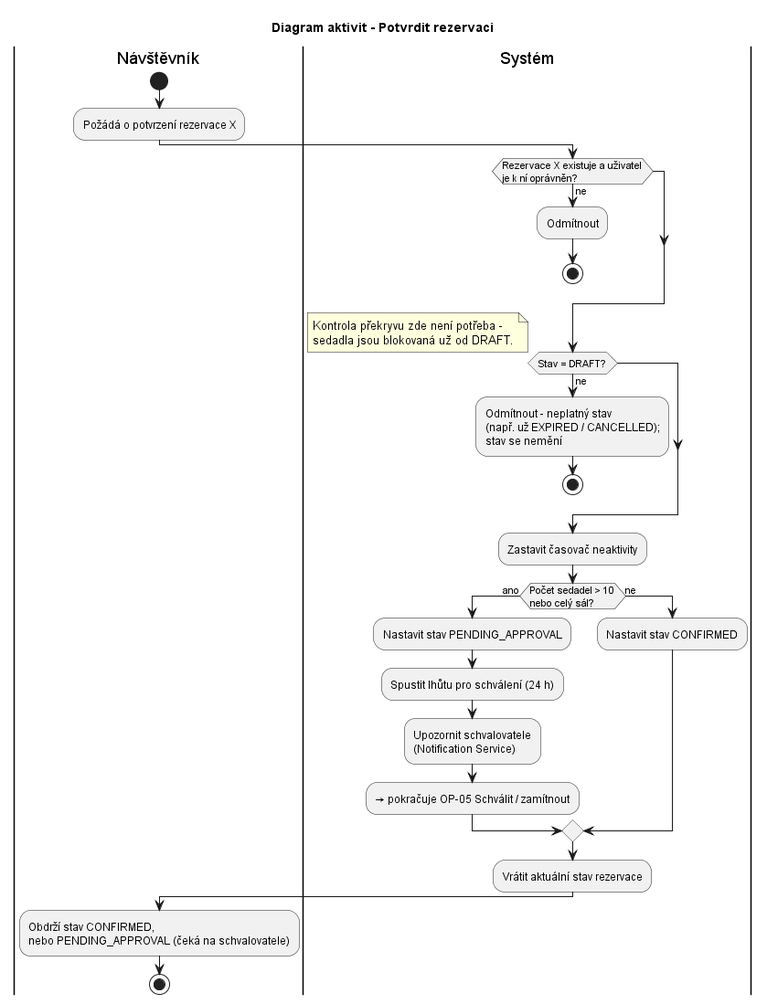
The PlantUML diagram docs/c02-diagrams/activity-op03-confirm.png in jn-flk/SWI, before a commit.
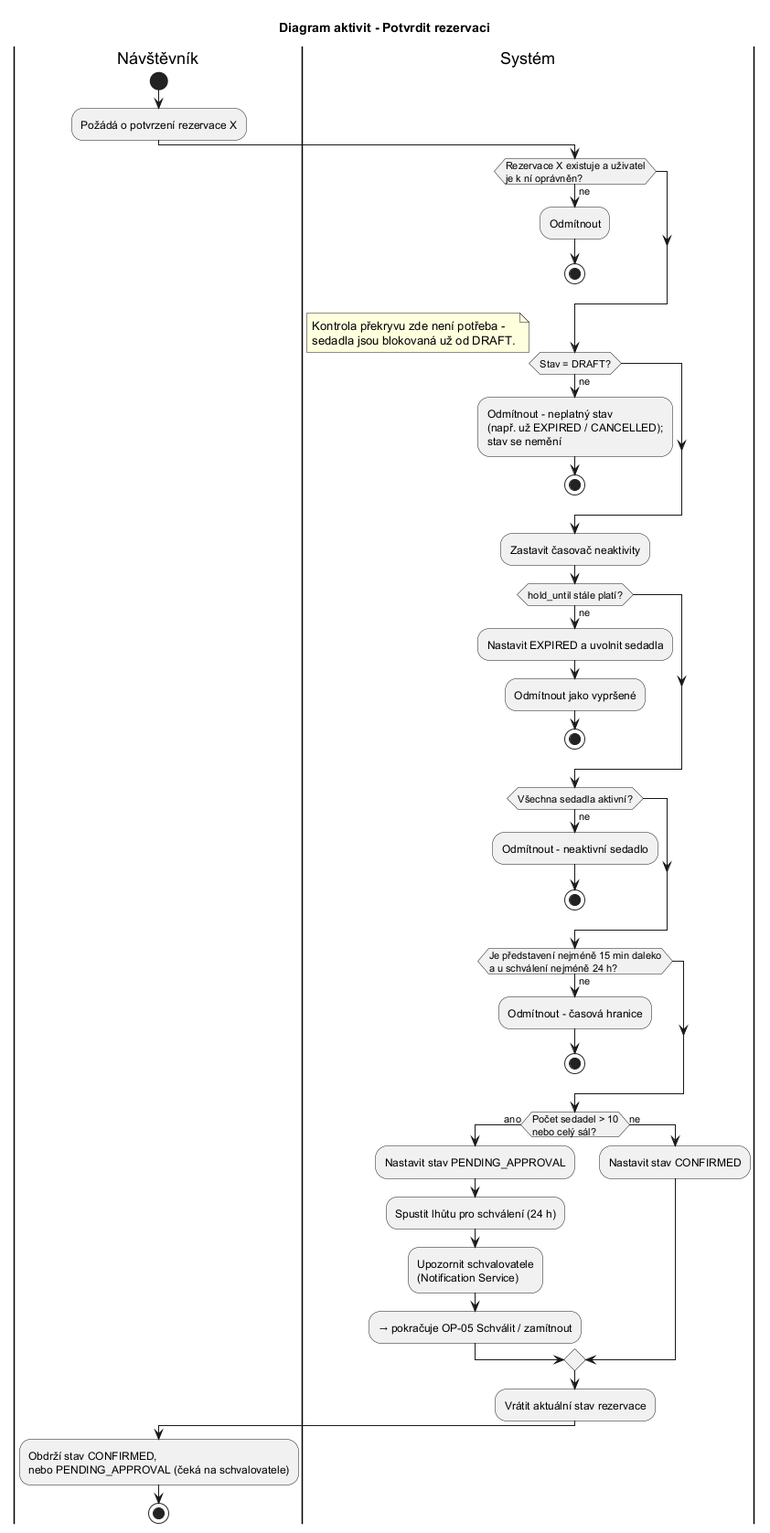
The same file after the commit.

What changed in the source:
```diff
@@ -18,6 +18,19 @@
   sedadla jsou blokovaná už od DRAFT.
 end note
 :Zastavit časovač neaktivity;
+if (hold_until stále platí?) then (ne)
+  :Nastavit EXPIRED a uvolnit sedadla;
+  :Odmítnout jako vypršené;
+  stop
+endif
+if (Všechna sedadla aktivní?) then (ne)
+  :Odmítnout - neaktivní sedadlo;
+  stop
+endif
+if (Je představení nejméně 15 min daleko\na u schválení nejméně 24 h?) then (ne)
+  :Odmítnout - časová hranice;
+  stop
+endif
 if (Počet sedadel > 10\nnebo celý sál?) then (ano)
   :Nastavit stav PENDING_APPROVAL;
   :Spustit lhůtu pro schválení (24 h);
```
